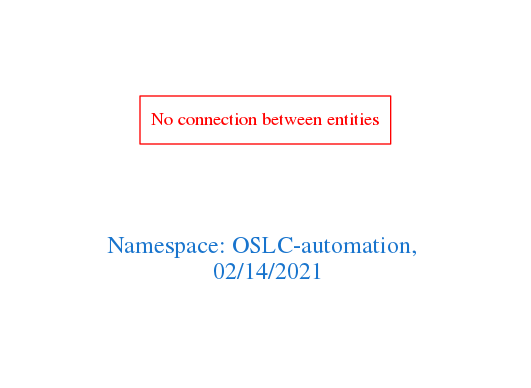
Before: downloads/OSLC-automation.png, a diagram exported from Graphviz (arago/OGIT). Its source is kept beside it as downloads/OSLC-automation.dot.
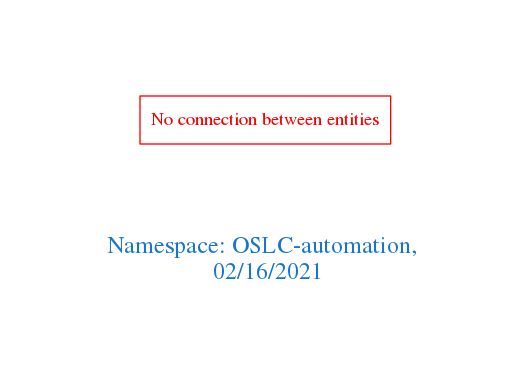
After the change.

What changed in the source:
```diff
@@ -1,7 +1,7 @@
 digraph OGIT_ontology {
  graph [ rankdir= LR,pad=1
 fontsize = 18,
-fontcolor= dodgerblue3,label = "\n\n\nNamespace: OSLC-automation, \n 02/14/2021"];
+fontcolor= dodgerblue3,label = "\n\n\nNamespace: OSLC-automation, \n 02/16/2021"];
 node[shape=polygon];
 edge [  color="gray81"];
 
```
